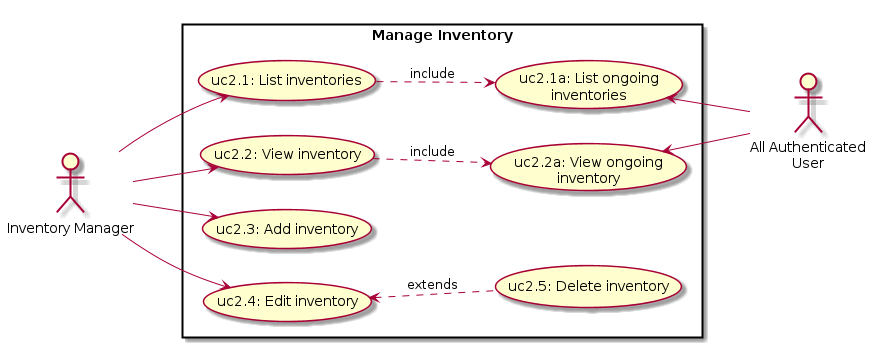
This is docs/images/generated/uc2_inventory.png from aert/aert-farmerp, a PlantUML export, as it was before one commit.
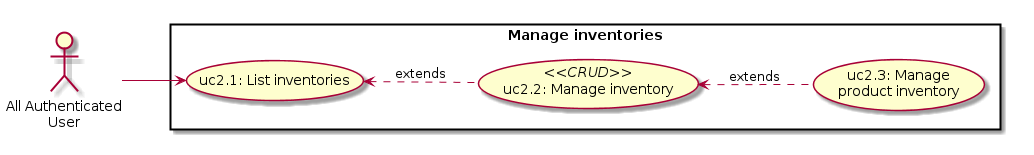
The same file after the commit.

Commit message:
Simplifying Use Cases.

The edit, as a diff of the source:
```diff
@@ -2,33 +2,18 @@
 
 
    left to right direction
-   actor "Inventory Manager" as Inventory
    actor "All Authenticated\nUser" as User
 
 
-   rectangle "Manage Inventory" {
+   rectangle "Manage inventories" {
       (uc2.1: List inventories)  as (uc2.1)
-      (uc2.1a: List ongoing\ninventories)  as (uc2.1a)
-      (uc2.2: View inventory)  as (uc2.2)
-      (uc2.2a: View ongoing\ninventory)  as (uc2.2a)
-      (uc2.3: Add inventory)    as (uc2.3)
-      (uc2.4: Edit inventory) as (uc2.4)
-      (uc2.5: Delete inventory) as (uc2.5)
+      (uc2.2: Manage inventory)  as (uc2.2) <<CRUD>>
+      (uc2.3: Manage\nproduct inventory) as (uc2.3)
 
-      (uc2.1) ..> (uc2.1a) : include
-      (uc2.2) ..> (uc2.2a) : include
+      (uc2.1) <.. (uc2.2) : extends
+      (uc2.2) <.. (uc2.3) : extends
 
-      Inventory --> (uc2.1)
-      Inventory --> (uc2.2)
-      Inventory --> (uc2.3)
-      Inventory --> (uc2.4)
-
-      (uc2.4) <.. (uc2.5) : extends
-
-
-      User  -left-> (uc2.1a)
-      User  -left-> (uc2.2a)
-
+      User --> (uc2.1)
 
    }
 
```
